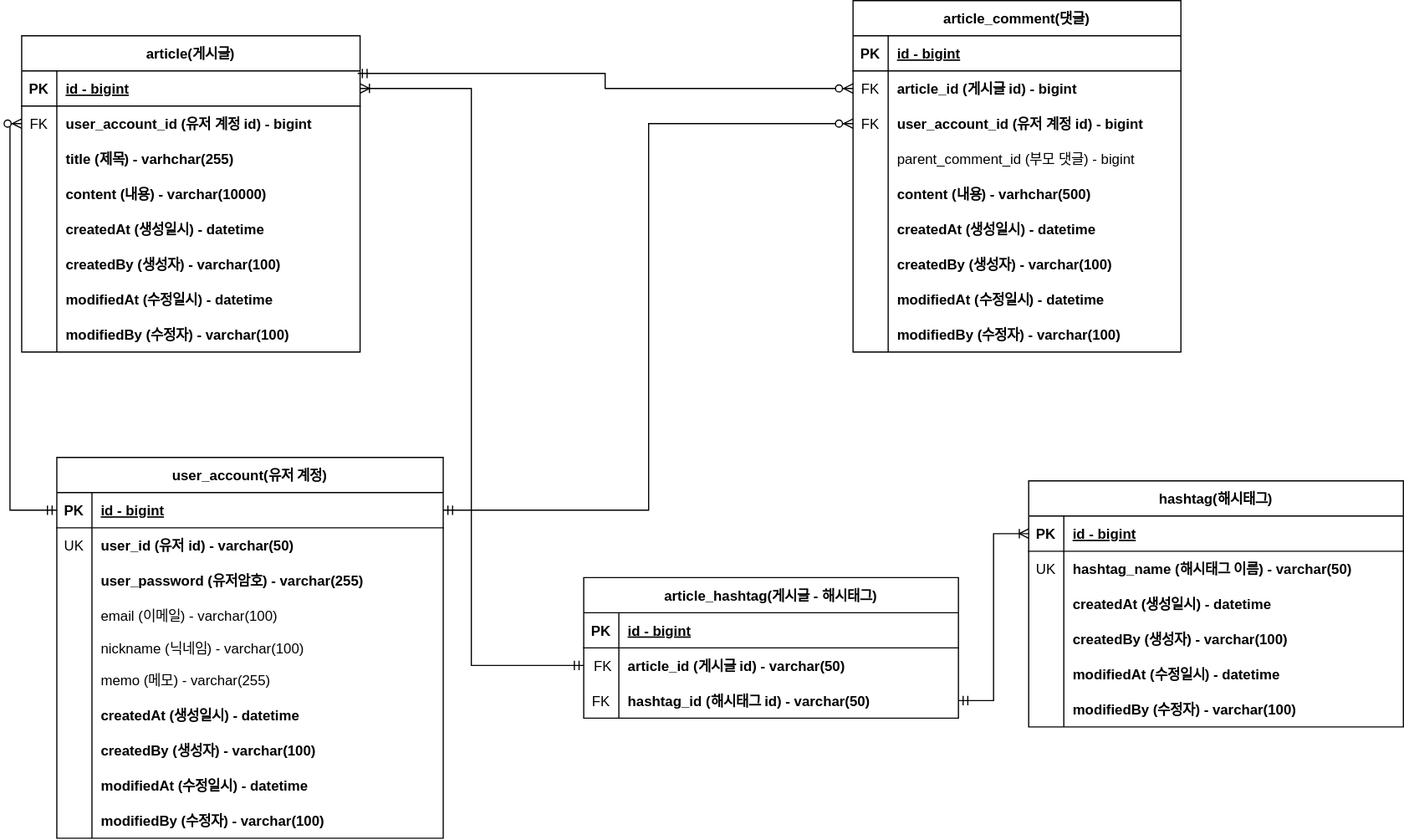
Earlier version of the draw.io export document/board-project.svg (daecheolsong/board-project). Source tidied: cells renumbered, new cells last; positions are measured from the earlier drawing's top-left corner, leaving out a move shared by most shapes.
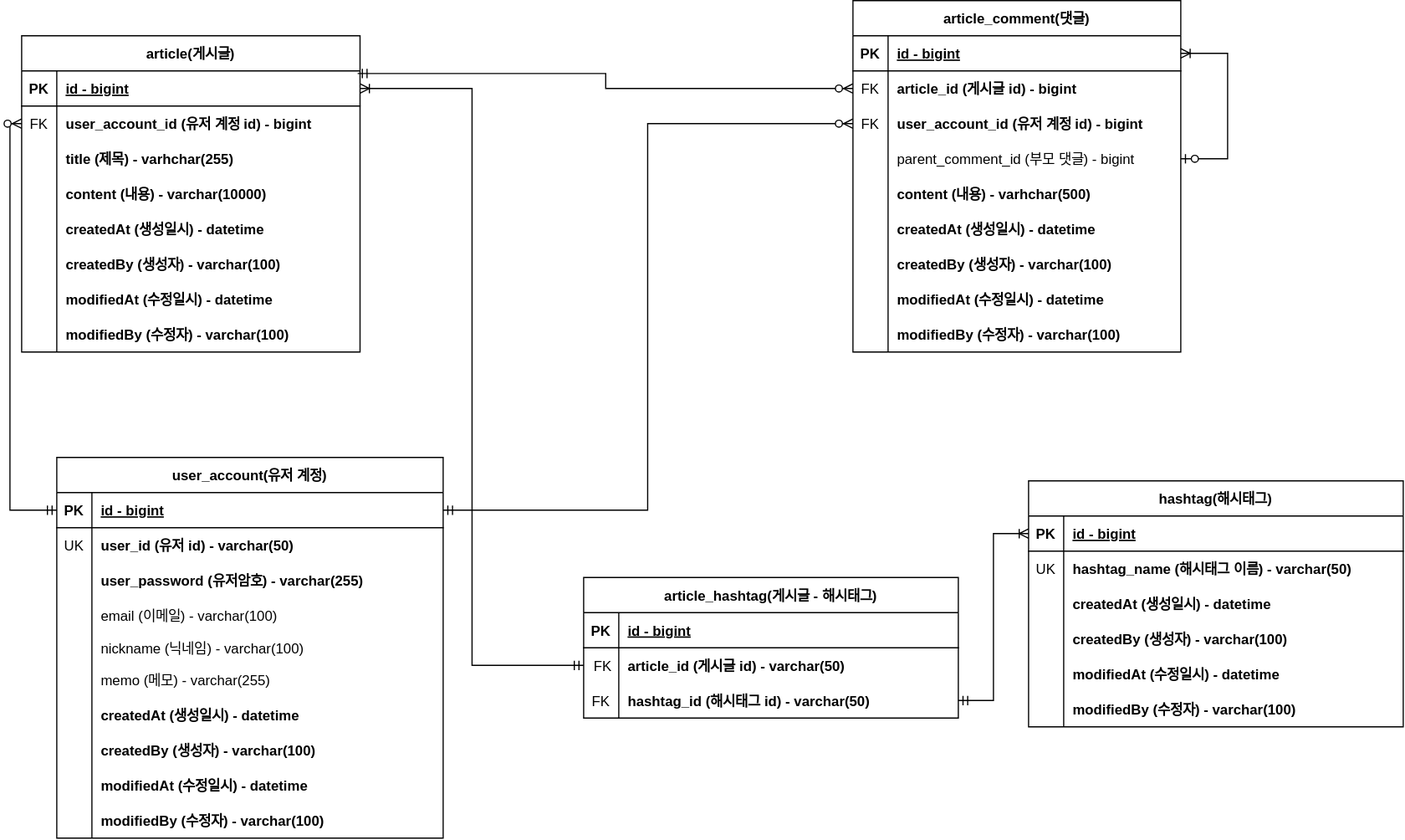
After the change.

Commit message:
#58 - 대댓글 erd 작성

What changed in the source:
```diff
@@ -161,6 +161,13 @@
     <mxCell id="54" value="modifiedBy (수정자) - varchar(100)" style="shape=partialRectangle;overflow=hidden;fillColor=none;top=0;left=0;bottom=0;right=0;align=left;spacingLeft=6;fontStyle=1;" parent="52" vertex="1">
       <mxGeometry x="30" width="250" height="30" as="geometry" />
     </mxCell>
+    <mxCell id="120" style="edgeStyle=elbowEdgeStyle;fontSize=12;html=1;endArrow=ERoneToMany;startArrow=ERzeroToOne;rounded=0;exitX=1;exitY=0.5;exitDx=0;exitDy=0;" parent="27" edge="1" source="37" target="28">
+      <mxGeometry relative="1" as="geometry">
+        <Array as="points">
+          <mxPoint x="320" y="120" />
+        </Array>
+      </mxGeometry>
+    </mxCell>
     <mxCell id="55" style="edgeStyle=elbowEdgeStyle;fontSize=12;html=1;endArrow=ERzeroToMany;startArrow=ERmandOne;rounded=0;exitX=0.993;exitY=0.073;exitDx=0;exitDy=0;exitPerimeter=0;entryX=0;entryY=0.5;entryDx=0;entryDy=0;" parent="1" edge="1" source="3" target="31">
       <mxGeometry relative="1" as="geometry" />
     </mxCell>
```
